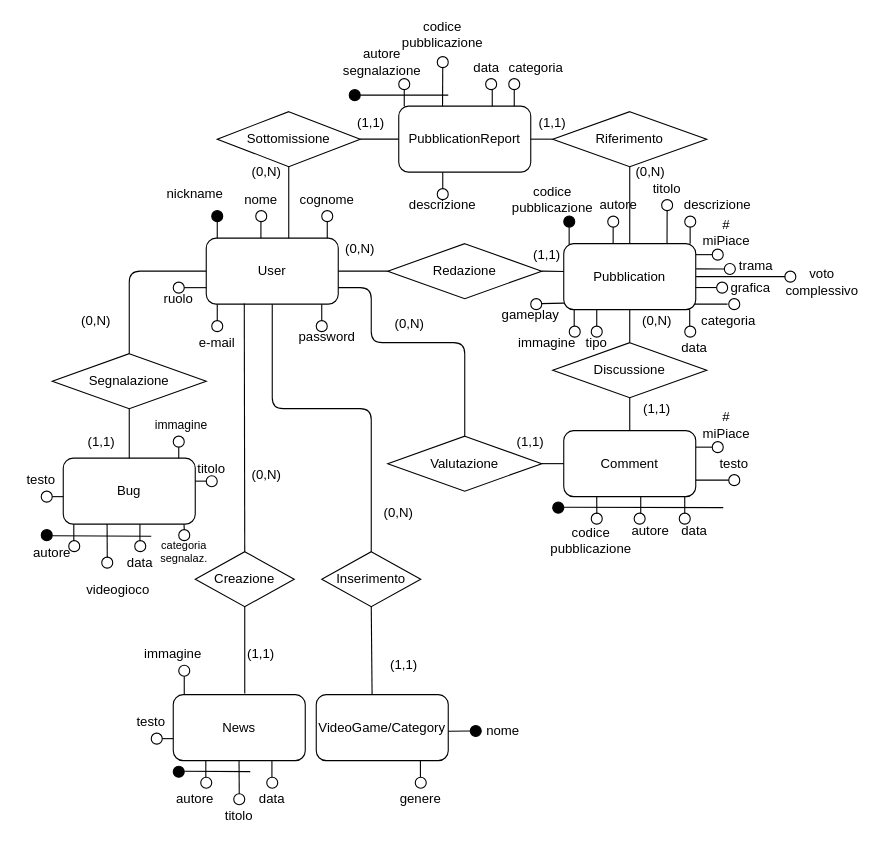
Before: SDD/Schema E-R/ER-Ristrutturato.drawio in StraGame/StraGame, a draw.io diagram. Source tidied: cells renumbered, new cells numbered last; positions are measured from the earlier drawing's top-left corner, leaving out a move shared by most shapes. Both pictures are drawn from the tidied source at 110%, with x=0, y=0 at pixel (19, 23).
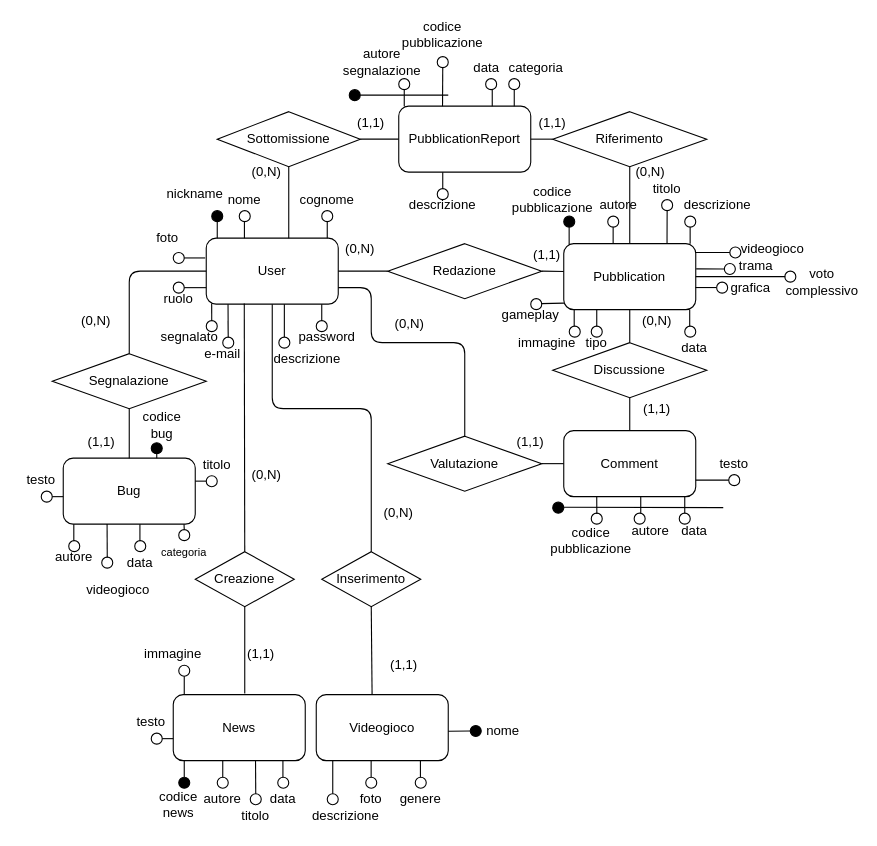
The same diagram, later.

Unchanged cells that the change refers to:
```xml
<mxCell id="3" value="User" style="rounded=1;whiteSpace=wrap;html=1;" parent="1" vertex="1">
  <mxGeometry x="170" y="195" width="120" height="60" as="geometry" />
</mxCell>
```

Diff of the diagram source:
```diff
@@
-    <mxCell id="30" value="VideoGame/Category" style="rounded=1;whiteSpace=wrap;html=1;" parent="1" vertex="1">
+    <mxCell id="30" value="Videogioco" style="rounded=1;whiteSpace=wrap;html=1;" parent="1" vertex="1">
       <mxGeometry x="270" y="610" width="120" height="60" as="geometry" />
     </mxCell>
@@
     <mxCell id="36" style="endArrow=none;html=1;" parent="1" edge="1">
       <mxGeometry relative="1" as="geometry">
-        <mxPoint x="219.7" y="195" as="sourcePoint" />
-        <mxPoint x="219.7" y="180" as="targetPoint" />
+        <mxPoint x="204.7" y="195" as="sourcePoint" />
+        <mxPoint x="204.7" y="180" as="targetPoint" />
       </mxGeometry>
     </mxCell>
@@
     <mxCell id="38" style="ellipse;whiteSpace=wrap;html=1;fillColor=none;" parent="1" vertex="1">
-      <mxGeometry x="215" y="170" width="10" height="10" as="geometry" />
+      <mxGeometry x="200" y="170" width="10" height="10" as="geometry" />
     </mxCell>
@@
     <mxCell id="43" style="endArrow=none;html=1;" parent="1" edge="1">
       <mxGeometry relative="1" as="geometry">
-        <mxPoint x="180" y="270" as="sourcePoint" />
-        <mxPoint x="180" y="255" as="targetPoint" />
+        <mxPoint x="189.8" y="270" as="sourcePoint" />
+        <mxPoint x="189.8" y="255" as="targetPoint" />
         <Array as="points">
-          <mxPoint x="180" y="270" />
+          <mxPoint x="190" y="290" />
         </Array>
       </mxGeometry>
     </mxCell>
     <mxCell id="44" style="ellipse;whiteSpace=wrap;html=1;fillColor=none;" parent="1" vertex="1">
-      <mxGeometry x="175" y="270" width="10" height="10" as="geometry" />
+      <mxGeometry x="185" y="285" width="10" height="10" as="geometry" />
     </mxCell>
     <mxCell id="45" value="e-mail" style="text;html=1;strokeColor=none;fillColor=none;align=center;verticalAlign=middle;whiteSpace=wrap;rounded=0;" parent="1" vertex="1">
-      <mxGeometry x="160" y="280" width="40" height="20" as="geometry" />
+      <mxGeometry x="165" y="290" width="40" height="20" as="geometry" />
     </mxCell>
@@
     <mxCell id="57" value="nome" style="text;html=1;strokeColor=none;fillColor=none;align=center;verticalAlign=middle;whiteSpace=wrap;rounded=0;" parent="1" vertex="1">
-      <mxGeometry x="200" y="150" width="40" height="20" as="geometry" />
+      <mxGeometry x="185" y="150" width="40" height="20" as="geometry" />
     </mxCell>
@@
-    <mxCell id="95" style="endArrow=none;html=1;exitX=1;exitY=0.583;exitDx=0;exitDy=0;exitPerimeter=0;" parent="1" edge="1">
-      <mxGeometry relative="1" as="geometry">
-        <mxPoint x="614" y="255" as="sourcePoint" />
-        <mxPoint x="644" y="255" as="targetPoint" />
-        <Array as="points">
-          <mxPoint x="643.9" y="255" />
-        </Array>
-      </mxGeometry>
-    </mxCell>
-    <mxCell id="96" style="ellipse;whiteSpace=wrap;html=1;fillColor=none;" parent="1" vertex="1">
-      <mxGeometry x="645" y="250" width="10" height="10" as="geometry" />
-    </mxCell>
-    <mxCell id="97" value="categoria" style="text;html=1;strokeColor=none;fillColor=none;align=center;verticalAlign=middle;whiteSpace=wrap;rounded=0;" parent="1" vertex="1">
-      <mxGeometry x="625" y="260" width="40" height="20" as="geometry" />
-    </mxCell>
@@
-    <mxCell id="112" style="endArrow=none;html=1;entryX=0.504;entryY=-0.271;entryDx=0;entryDy=0;entryPerimeter=0;" parent="1" edge="1" target="120">
-      <mxGeometry relative="1" as="geometry">
-        <mxPoint x="120" y="466" as="sourcePoint" />
-      </mxGeometry>
-    </mxCell>
@@
     <mxCell id="120" value="autore" style="text;html=1;strokeColor=none;fillColor=none;align=center;verticalAlign=middle;whiteSpace=wrap;rounded=0;" parent="1" vertex="1">
-      <mxGeometry x="10" y="471" width="40" height="20" as="geometry" />
+      <mxGeometry x="30" y="475" width="40" height="20" as="geometry" />
     </mxCell>
@@
     <mxCell id="122" style="ellipse;whiteSpace=wrap;html=1;fillColor=#000000;" parent="1" vertex="1">
-      <mxGeometry x="20" y="460" width="10" height="10" as="geometry" />
+      <mxGeometry x="120" y="381" width="10" height="10" as="geometry" />
     </mxCell>
-    <mxCell id="123" value="categoria&lt;br style=&quot;font-size: 10px;&quot;&gt;segnalaz." style="text;html=1;strokeColor=none;fillColor=none;align=center;verticalAlign=middle;whiteSpace=wrap;rounded=0;fontSize=10;" parent="1" vertex="1">
+    <mxCell id="123" value="categoria" style="text;html=1;strokeColor=none;fillColor=none;align=center;verticalAlign=middle;whiteSpace=wrap;rounded=0;fontSize=10;" parent="1" vertex="1">
       <mxGeometry x="130" y="470" width="40" height="20" as="geometry" />
     </mxCell>
@@
-    <mxCell id="126" style="endArrow=none;html=1;entryX=0.504;entryY=-0.271;entryDx=0;entryDy=0;entryPerimeter=0;" parent="1" edge="1">
-      <mxGeometry relative="1" as="geometry">
-        <mxPoint x="210" y="680" as="sourcePoint" />
-        <mxPoint x="150.2" y="679.6" as="targetPoint" />
-      </mxGeometry>
-    </mxCell>
     <mxCell id="127" style="endArrow=none;html=1;" parent="1" edge="1">
       <mxGeometry relative="1" as="geometry">
-        <mxPoint x="169.6" y="685.1" as="sourcePoint" />
-        <mxPoint x="169.6" y="670.1" as="targetPoint" />
+        <mxPoint x="185" y="685.1" as="sourcePoint" />
+        <mxPoint x="185" y="670.1" as="targetPoint" />
       </mxGeometry>
     </mxCell>
     <mxCell id="128" style="ellipse;whiteSpace=wrap;html=1;fillColor=none;" parent="1" vertex="1">
-      <mxGeometry x="165" y="685.1" width="10" height="10" as="geometry" />
+      <mxGeometry x="180" y="685.1" width="10" height="10" as="geometry" />
     </mxCell>
     <mxCell id="129" style="endArrow=none;html=1;entryX=0.332;entryY=0.999;entryDx=0;entryDy=0;entryPerimeter=0;exitX=0.5;exitY=0;exitDx=0;exitDy=0;" parent="1" edge="1" source="131">
       <mxGeometry relative="1" as="geometry">
-        <mxPoint x="199.8" y="670" as="targetPoint" />
+        <mxPoint x="214.8" y="670" as="targetPoint" />
       </mxGeometry>
     </mxCell>
     <mxCell id="130" style="endArrow=none;html=1;" parent="1" edge="1">
       <mxGeometry relative="1" as="geometry">
-        <mxPoint x="229.7" y="685.1" as="sourcePoint" />
-        <mxPoint x="229.7" y="670.1" as="targetPoint" />
+        <mxPoint x="239.7" y="685.1" as="sourcePoint" />
+        <mxPoint x="239.7" y="670.1" as="targetPoint" />
         <Array as="points">
-          <mxPoint x="229.7" y="680.1" />
+          <mxPoint x="239.7" y="680.1" />
         </Array>
       </mxGeometry>
     </mxCell>
     <mxCell id="131" style="ellipse;whiteSpace=wrap;html=1;fillColor=none;" parent="1" vertex="1">
-      <mxGeometry x="195" y="700.1" width="10" height="10" as="geometry" />
+      <mxGeometry x="210" y="700.1" width="10" height="10" as="geometry" />
     </mxCell>
     <mxCell id="132" style="ellipse;whiteSpace=wrap;html=1;fillColor=none;" parent="1" vertex="1">
-      <mxGeometry x="225" y="685.1" width="10" height="10" as="geometry" />
+      <mxGeometry x="235" y="685.1" width="10" height="10" as="geometry" />
     </mxCell>
     <mxCell id="133" value="titolo" style="text;html=1;strokeColor=none;fillColor=none;align=center;verticalAlign=middle;whiteSpace=wrap;rounded=0;" parent="1" vertex="1">
-      <mxGeometry x="180" y="710.1" width="40" height="20" as="geometry" />
+      <mxGeometry x="195" y="710.1" width="40" height="20" as="geometry" />
     </mxCell>
     <mxCell id="134" value="data" style="text;html=1;strokeColor=none;fillColor=none;align=center;verticalAlign=middle;whiteSpace=wrap;rounded=0;" parent="1" vertex="1">
-      <mxGeometry x="210" y="695.1" width="40" height="20" as="geometry" />
+      <mxGeometry x="220" y="695.1" width="40" height="20" as="geometry" />
     </mxCell>
     <mxCell id="135" style="ellipse;whiteSpace=wrap;html=1;fillColor=#000000;" parent="1" vertex="1">
-      <mxGeometry x="140" y="675.1" width="10" height="10" as="geometry" />
+      <mxGeometry x="145" y="685.1" width="10" height="10" as="geometry" />
     </mxCell>
     <mxCell id="136" value="autore" style="text;html=1;strokeColor=none;fillColor=none;align=center;verticalAlign=middle;whiteSpace=wrap;rounded=0;" parent="1" vertex="1">
-      <mxGeometry x="140" y="695.1" width="40" height="20" as="geometry" />
+      <mxGeometry x="165" y="695.1" width="40" height="20" as="geometry" />
     </mxCell>
@@
-    <mxCell id="146" style="endArrow=none;html=1;exitX=1;exitY=0.583;exitDx=0;exitDy=0;exitPerimeter=0;" parent="1" edge="1">
-      <mxGeometry relative="1" as="geometry">
-        <mxPoint x="615" y="210" as="sourcePoint" />
-        <mxPoint x="630" y="210" as="targetPoint" />
-      </mxGeometry>
-    </mxCell>
-    <mxCell id="147" style="ellipse;whiteSpace=wrap;html=1;fillColor=none;" parent="1" vertex="1">
-      <mxGeometry x="630" y="205" width="10" height="10" as="geometry" />
-    </mxCell>
-    <mxCell id="148" value="# miPiace" style="text;html=1;strokeColor=none;fillColor=none;align=center;verticalAlign=middle;whiteSpace=wrap;rounded=0;" parent="1" vertex="1">
-      <mxGeometry x="622.5" y="180" width="40" height="20" as="geometry" />
-    </mxCell>
-    <mxCell id="149" style="endArrow=none;html=1;exitX=1;exitY=0.583;exitDx=0;exitDy=0;exitPerimeter=0;" parent="1" edge="1">
-      <mxGeometry relative="1" as="geometry">
-        <mxPoint x="615" y="385" as="sourcePoint" />
-        <mxPoint x="630" y="385" as="targetPoint" />
-      </mxGeometry>
-    </mxCell>
-    <mxCell id="150" style="ellipse;whiteSpace=wrap;html=1;fillColor=none;" parent="1" vertex="1">
-      <mxGeometry x="630" y="380" width="10" height="10" as="geometry" />
-    </mxCell>
-    <mxCell id="151" value="# miPiace" style="text;html=1;strokeColor=none;fillColor=none;align=center;verticalAlign=middle;whiteSpace=wrap;rounded=0;" parent="1" vertex="1">
-      <mxGeometry x="622.5" y="355" width="40" height="20" as="geometry" />
-    </mxCell>
@@
     <mxCell id="180" value="titolo" style="text;html=1;strokeColor=none;fillColor=none;align=center;verticalAlign=middle;whiteSpace=wrap;rounded=0;" parent="1" vertex="1">
-      <mxGeometry x="155" y="395" width="40" height="20" as="geometry" />
+      <mxGeometry x="160" y="391" width="40" height="20" as="geometry" />
     </mxCell>
@@
-    <mxCell id="183" style="endArrow=none;html=1;entryX=0.5;entryY=1;entryDx=0;entryDy=0;" parent="1" edge="1">
-      <mxGeometry relative="1" as="geometry">
-        <mxPoint x="145" y="395" as="sourcePoint" />
-        <mxPoint x="145" y="385" as="targetPoint" />
-        <Array as="points">
-          <mxPoint x="145" y="390" />
-        </Array>
-      </mxGeometry>
-    </mxCell>
-    <mxCell id="184" style="ellipse;whiteSpace=wrap;html=1;fillColor=none;" parent="1" vertex="1">
-      <mxGeometry x="140" y="375" width="10" height="10" as="geometry" />
-    </mxCell>
-    <mxCell id="185" value="&lt;font style=&quot;font-size: 11px&quot;&gt;immagine&lt;/font&gt;" style="text;html=1;strokeColor=none;fillColor=none;align=center;verticalAlign=middle;whiteSpace=wrap;rounded=0;" parent="1" vertex="1">
-      <mxGeometry x="128" y="355" width="39" height="20" as="geometry" />
-    </mxCell>
+    <mxCell id="186" style="ellipse;whiteSpace=wrap;html=1;fillColor=none;" parent="1" vertex="1">
+      <mxGeometry x="315" y="685.1" width="10" height="10" as="geometry" />
+    </mxCell>
+    <mxCell id="187" value="foto" style="text;html=1;strokeColor=none;fillColor=none;align=center;verticalAlign=middle;whiteSpace=wrap;rounded=0;" parent="1" vertex="1">
+      <mxGeometry x="300" y="695.1" width="40" height="20" as="geometry" />
+    </mxCell>
+    <mxCell id="188" style="endArrow=none;html=1;" parent="1" edge="1">
+      <mxGeometry relative="1" as="geometry">
+        <mxPoint x="319.9" y="685" as="sourcePoint" />
+        <mxPoint x="319.9" y="670" as="targetPoint" />
+        <Array as="points">
+          <mxPoint x="319.9" y="680" />
+        </Array>
+      </mxGeometry>
+    </mxCell>
+    <mxCell id="189" style="endArrow=none;html=1;" parent="1" edge="1">
+      <mxGeometry relative="1" as="geometry">
+        <mxPoint x="285" y="700" as="sourcePoint" />
+        <mxPoint x="285" y="670.1" as="targetPoint" />
+        <Array as="points">
+          <mxPoint x="285" y="680.1" />
+        </Array>
+      </mxGeometry>
+    </mxCell>
+    <mxCell id="190" value="descrizione" style="text;html=1;strokeColor=none;fillColor=none;align=center;verticalAlign=middle;whiteSpace=wrap;rounded=0;" parent="1" vertex="1">
+      <mxGeometry x="275" y="710.1" width="44" height="20" as="geometry" />
+    </mxCell>
+    <mxCell id="191" style="ellipse;whiteSpace=wrap;html=1;fillColor=none;" parent="1" vertex="1">
+      <mxGeometry x="280" y="700.1" width="10" height="10" as="geometry" />
+    </mxCell>
+    <mxCell id="192" style="ellipse;whiteSpace=wrap;html=1;fillColor=none;" parent="1" vertex="1">
+      <mxGeometry x="140" y="208" width="10" height="10" as="geometry" />
+    </mxCell>
+    <mxCell id="193" style="endArrow=none;html=1;exitX=-0.008;exitY=0.3;exitDx=0;exitDy=0;exitPerimeter=0;entryX=1;entryY=0.5;entryDx=0;entryDy=0;" parent="1" edge="1" source="3" target="192">
+      <mxGeometry relative="1" as="geometry" />
+    </mxCell>
+    <mxCell id="194" style="endArrow=none;html=1;" parent="1" edge="1">
+      <mxGeometry relative="1" as="geometry">
+        <mxPoint x="241" y="284.9" as="sourcePoint" />
+        <mxPoint x="241" y="255" as="targetPoint" />
+        <Array as="points">
+          <mxPoint x="241" y="265" />
+        </Array>
+      </mxGeometry>
+    </mxCell>
+    <mxCell id="195" value="descrizione" style="text;html=1;strokeColor=none;fillColor=none;align=center;verticalAlign=middle;whiteSpace=wrap;rounded=0;" parent="1" vertex="1">
+      <mxGeometry x="240" y="295" width="44" height="20" as="geometry" />
+    </mxCell>
+    <mxCell id="196" style="ellipse;whiteSpace=wrap;html=1;fillColor=none;" parent="1" vertex="1">
+      <mxGeometry x="236" y="285" width="10" height="10" as="geometry" />
+    </mxCell>
+    <mxCell id="197" value="foto" style="text;html=1;strokeColor=none;fillColor=none;align=center;verticalAlign=middle;whiteSpace=wrap;rounded=0;" parent="1" vertex="1">
+      <mxGeometry x="115" y="185" width="40" height="20" as="geometry" />
+    </mxCell>
+    <mxCell id="198" value="segnalato" style="text;html=1;strokeColor=none;fillColor=none;align=center;verticalAlign=middle;whiteSpace=wrap;rounded=0;" parent="1" vertex="1">
+      <mxGeometry x="135" y="275" width="40" height="20" as="geometry" />
+    </mxCell>
+    <mxCell id="199" style="endArrow=none;html=1;entryX=0.041;entryY=0.99;entryDx=0;entryDy=0;entryPerimeter=0;" parent="1" edge="1" target="3">
+      <mxGeometry relative="1" as="geometry">
+        <mxPoint x="175" y="270" as="sourcePoint" />
+        <Array as="points">
+          <mxPoint x="175" y="270" />
+        </Array>
+      </mxGeometry>
+    </mxCell>
+    <mxCell id="200" style="ellipse;whiteSpace=wrap;html=1;fillColor=none;" parent="1" vertex="1">
+      <mxGeometry x="170" y="270" width="10" height="10" as="geometry" />
+    </mxCell>
+    <mxCell id="201" style="endArrow=none;html=1;exitX=1;exitY=0.583;exitDx=0;exitDy=0;exitPerimeter=0;entryX=0;entryY=0.5;entryDx=0;entryDy=0;" parent="1" edge="1">
+      <mxGeometry relative="1" as="geometry">
+        <mxPoint x="615" y="208" as="sourcePoint" />
+        <mxPoint x="646" y="208" as="targetPoint" />
+        <Array as="points">
+          <mxPoint x="644.9" y="208" />
+        </Array>
+      </mxGeometry>
+    </mxCell>
+    <mxCell id="202" style="ellipse;whiteSpace=wrap;html=1;fillColor=none;" parent="1" vertex="1">
+      <mxGeometry x="646" y="203" width="10" height="10" as="geometry" />
+    </mxCell>
+    <mxCell id="203" value="videogioco" style="text;html=1;strokeColor=none;fillColor=none;align=center;verticalAlign=middle;whiteSpace=wrap;rounded=0;" parent="1" vertex="1">
+      <mxGeometry x="665" y="195" width="40" height="20" as="geometry" />
+    </mxCell>
+    <mxCell id="204" style="endArrow=none;html=1;" parent="1" edge="1">
+      <mxGeometry relative="1" as="geometry">
+        <mxPoint x="150" y="685.1" as="sourcePoint" />
+        <mxPoint x="150" y="670.1" as="targetPoint" />
+      </mxGeometry>
+    </mxCell>
+    <mxCell id="205" value="codice news" style="text;html=1;strokeColor=none;fillColor=none;align=center;verticalAlign=middle;whiteSpace=wrap;rounded=0;" parent="1" vertex="1">
+      <mxGeometry x="125" y="700.1" width="40" height="20" as="geometry" />
+    </mxCell>
+    <mxCell id="206" style="endArrow=none;html=1;" parent="1" edge="1">
+      <mxGeometry relative="1" as="geometry">
+        <mxPoint x="125" y="395" as="sourcePoint" />
+        <mxPoint x="125" y="390" as="targetPoint" />
+      </mxGeometry>
+    </mxCell>
+    <mxCell id="207" value="codice bug" style="text;html=1;strokeColor=none;fillColor=none;align=center;verticalAlign=middle;whiteSpace=wrap;rounded=0;" parent="1" vertex="1">
+      <mxGeometry x="110" y="355" width="40" height="20" as="geometry" />
+    </mxCell>
```
